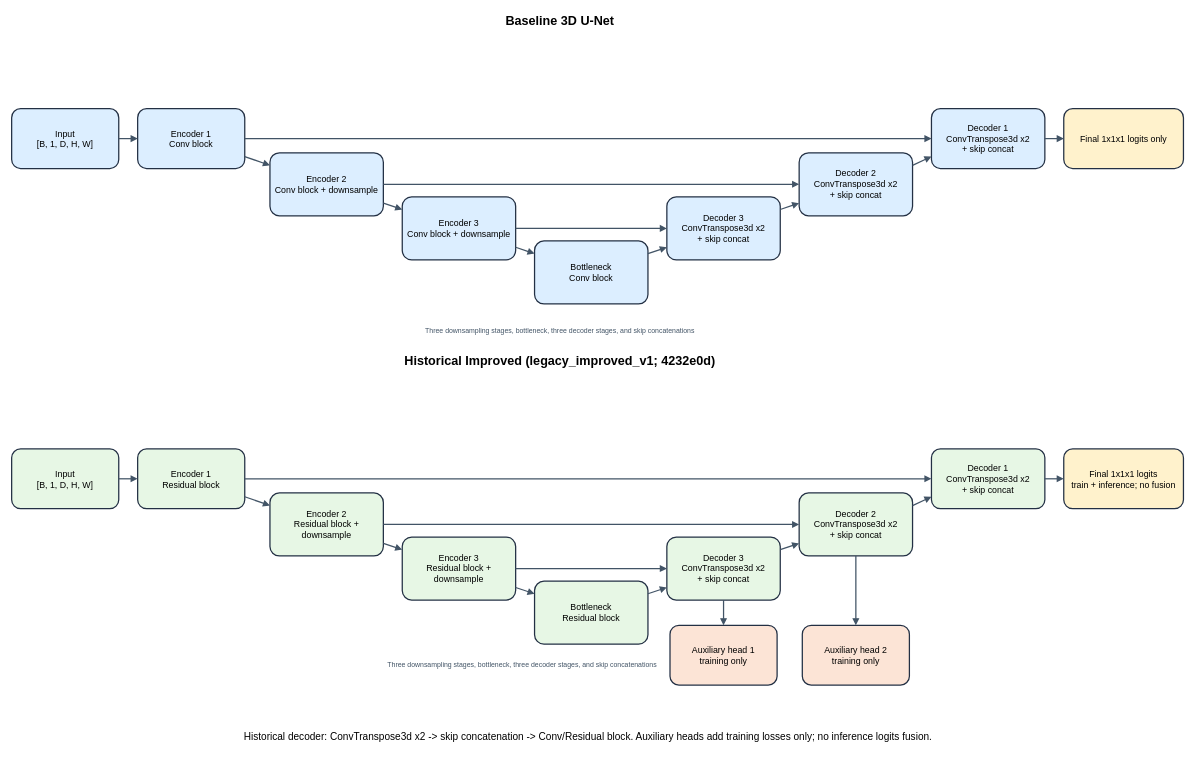
Earlier version of the draw.io diagram docs/assets/model_architecture.drawio (Zeph1677/COMP3710-A1). Source tidied: cells renumbered, new cells numbered last; positions are measured from the earlier drawing's top-left corner, leaving out a move shared by most shapes. Both pictures are drawn from the tidied source at 63%, with x=0, y=0 at pixel (11, 11).
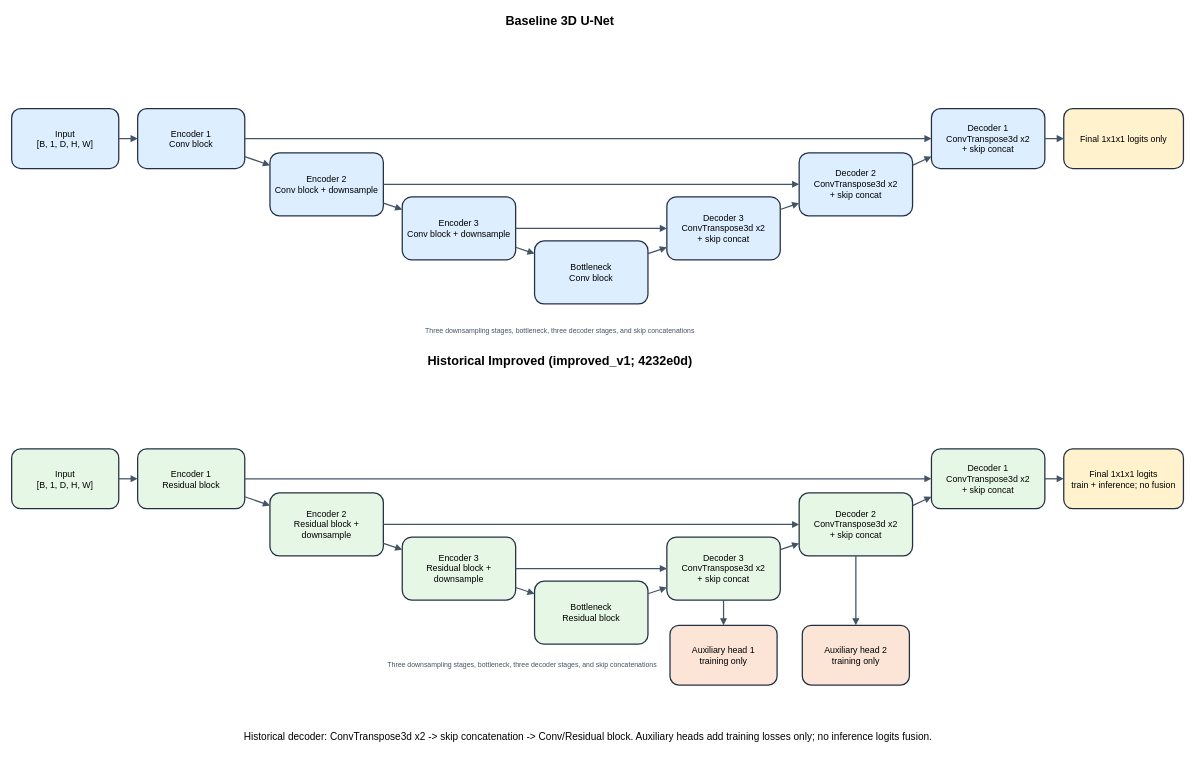
After the change.

Commit message (it also covers changes not shown here):
refactor: update architecture version identifiers to improved_v1

What changed in the source:
```diff
@@
-    <mxCell id="13" value="Historical Improved (legacy_improved_v1; 4232e0d)" style="text;html=1;align=center;verticalAlign=middle;fontSize=20;fontStyle=1;" parent="1" vertex="1">
+    <mxCell id="13" value="Historical Improved (improved_v1; 4232e0d)" style="text;html=1;align=center;verticalAlign=middle;fontSize=20;fontStyle=1;" parent="1" vertex="1">
       <mxGeometry x="120" y="540" width="1500" height="30" as="geometry" />
     </mxCell>
```
